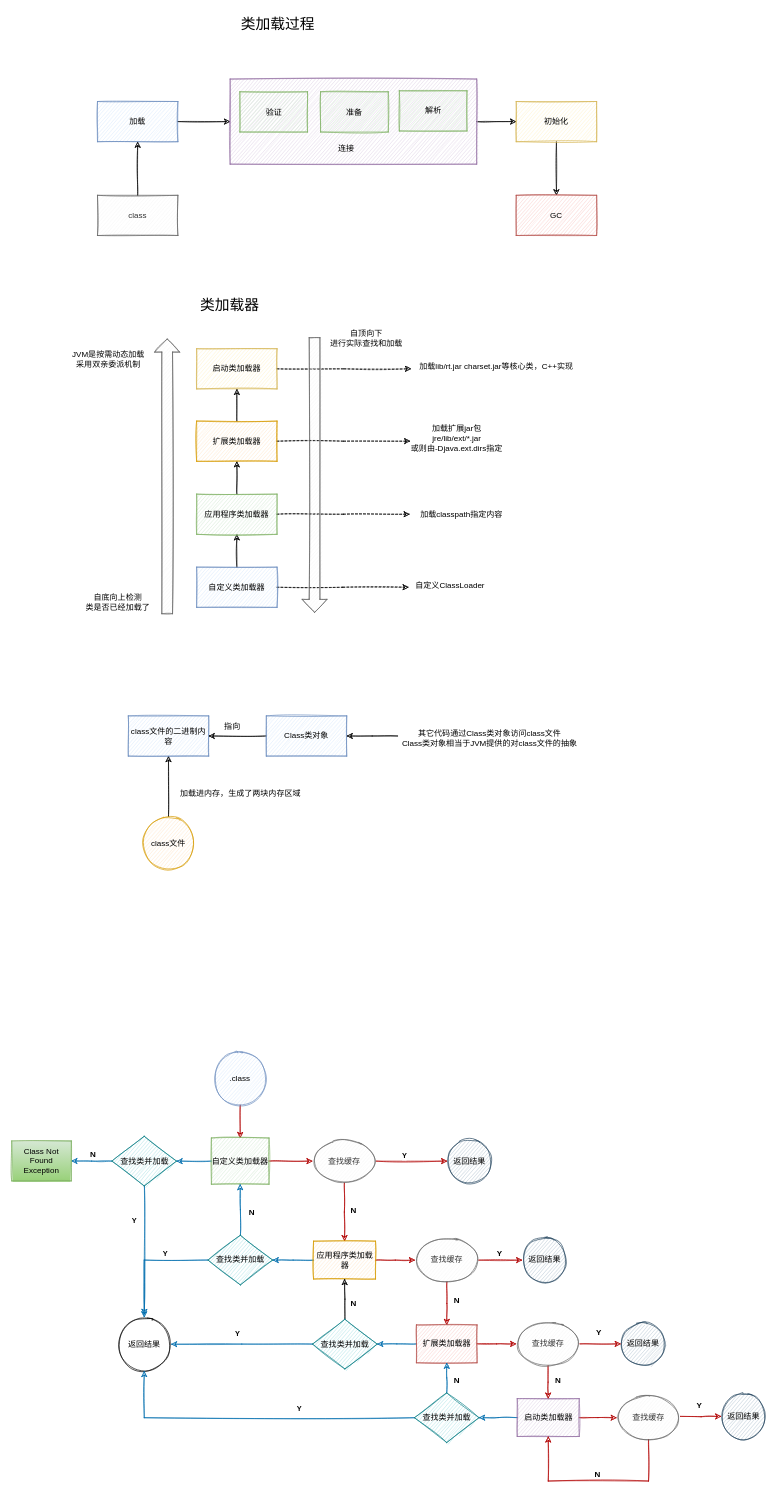
The draw.io diagram page "类加载过程" (1 of 5) of 后端/基础/Java虚拟机/02、详解Class加载过程.drawio in huoranger/draw-notes, before the edit. Source tidied: cells renumbered, new cells numbered last; positions are measured from the earlier drawing's top-left corner, leaving out a move shared by most shapes. Both pictures are drawn from the tidied source at 67%, with x=0, y=0 at pixel (11, 11).
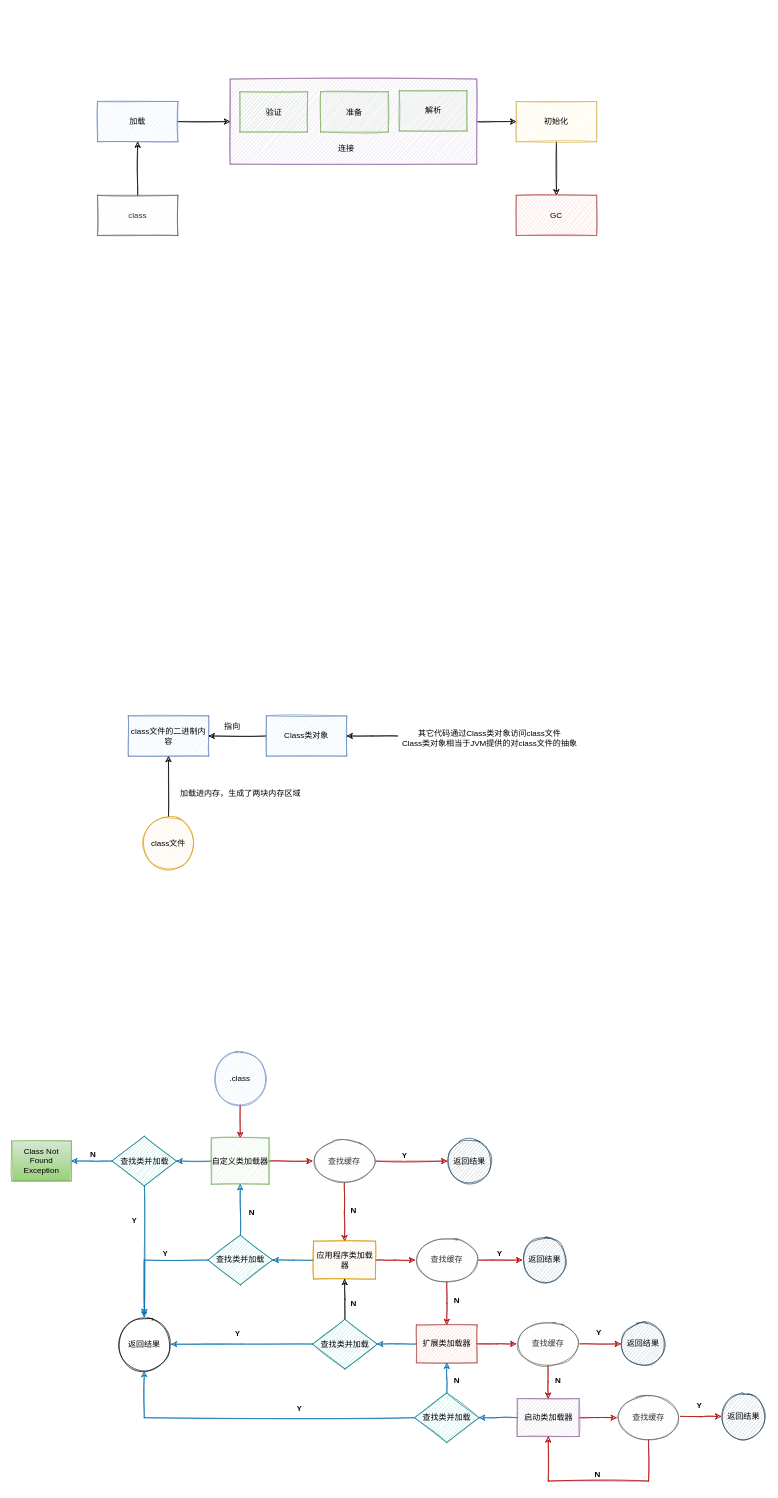
Above is the later version.

Change to the diagram source:
```diff
@@
-    <mxCell id="15" style="edgeStyle=orthogonalEdgeStyle;rounded=0;sketch=1;jettySize=auto;html=1;fontFamily=Ubuntu, Misans;" parent="1" edge="1" source="17" target="21">
-      <mxGeometry relative="1" as="geometry" />
-    </mxCell>
-    <mxCell id="16" style="edgeStyle=orthogonalEdgeStyle;rounded=0;sketch=1;jettySize=auto;html=1;dashed=1;startArrow=none;startFill=0;endArrow=classic;endFill=1;fontFamily=Ubuntu, Misans;" parent="1" edge="1" source="17">
-      <mxGeometry relative="1" as="geometry">
-        <mxPoint x="592.4" y="859" as="targetPoint" />
-      </mxGeometry>
-    </mxCell>
-    <mxCell id="17" value="自定义类加载器" style="rounded=0;whiteSpace=wrap;html=1;shadow=0;sketch=1;fontFamily=Ubuntu, Misans;fillColor=#dae8fc;strokeColor=#6c8ebf;" parent="1" vertex="1">
-      <mxGeometry x="276" y="829" width="120" height="60" as="geometry" />
-    </mxCell>
-    <mxCell id="18" value="&lt;font style=&quot;font-size: 22px&quot;&gt;类加载器&lt;/font&gt;" style="text;html=1;align=center;verticalAlign=middle;fontFamily=Ubuntu, Misans;rounded=0;sketch=1;" parent="1" vertex="1">
-      <mxGeometry x="272" y="420" width="106" height="38" as="geometry" />
-    </mxCell>
-    <mxCell id="19" style="edgeStyle=orthogonalEdgeStyle;rounded=0;sketch=1;jettySize=auto;html=1;fontFamily=Ubuntu, Misans;" parent="1" edge="1" source="21" target="24">
-      <mxGeometry relative="1" as="geometry" />
-    </mxCell>
-    <mxCell id="20" style="edgeStyle=orthogonalEdgeStyle;rounded=0;sketch=1;jettySize=auto;html=1;dashed=1;startArrow=none;startFill=0;endArrow=classic;endFill=1;fontFamily=Ubuntu, Misans;" parent="1" edge="1" source="21">
-      <mxGeometry relative="1" as="geometry">
-        <mxPoint x="594" y="750" as="targetPoint" />
-      </mxGeometry>
-    </mxCell>
-    <mxCell id="21" value="应用程序类加载器" style="whiteSpace=wrap;html=1;rounded=0;shadow=0;fontFamily=Ubuntu, Misans;sketch=1;fillColor=#d5e8d4;strokeColor=#82b366;" parent="1" vertex="1">
-      <mxGeometry x="276" y="720" width="120" height="60" as="geometry" />
-    </mxCell>
-    <mxCell id="22" style="edgeStyle=orthogonalEdgeStyle;rounded=0;sketch=1;jettySize=auto;html=1;fontFamily=Ubuntu, Misans;" parent="1" edge="1" source="24" target="26">
-      <mxGeometry relative="1" as="geometry" />
-    </mxCell>
-    <mxCell id="23" style="edgeStyle=orthogonalEdgeStyle;rounded=0;sketch=1;jettySize=auto;html=1;dashed=1;startArrow=none;startFill=0;endArrow=classic;endFill=1;fontFamily=Ubuntu, Misans;" parent="1" edge="1" source="24">
-      <mxGeometry relative="1" as="geometry">
-        <mxPoint x="594.8" y="641" as="targetPoint" />
-      </mxGeometry>
-    </mxCell>
-    <mxCell id="24" value="扩展类加载器" style="whiteSpace=wrap;html=1;rounded=0;shadow=0;fontFamily=Ubuntu, Misans;sketch=1;fillColor=#ffe6cc;strokeColor=#d79b00;" parent="1" vertex="1">
-      <mxGeometry x="276" y="611" width="120" height="60" as="geometry" />
-    </mxCell>
-    <mxCell id="25" style="edgeStyle=orthogonalEdgeStyle;rounded=0;sketch=1;jettySize=auto;html=1;startArrow=none;startFill=0;endArrow=classic;endFill=1;fontFamily=Ubuntu, Misans;dashed=1;" parent="1" edge="1" source="26">
-      <mxGeometry relative="1" as="geometry">
-        <mxPoint x="596" y="533" as="targetPoint" />
-      </mxGeometry>
-    </mxCell>
-    <mxCell id="26" value="启动类加载器" style="whiteSpace=wrap;html=1;rounded=0;shadow=0;fontFamily=Ubuntu, Misans;sketch=1;fillColor=#fff2cc;strokeColor=#d6b656;" parent="1" vertex="1">
-      <mxGeometry x="276" y="503" width="120" height="60" as="geometry" />
-    </mxCell>
-    <mxCell id="27" style="shape=flexArrow;endArrow=classic;html=1;fontFamily=Ubuntu, Misans;width=16;endSize=6.17;fillColor=#f5f5f5;strokeColor=#666666;rounded=0;sketch=1;" parent="1" edge="1">
-      <mxGeometry relative="1" as="geometry">
-        <mxPoint x="232" y="899" as="sourcePoint" />
-        <mxPoint x="232" y="488" as="targetPoint" />
-      </mxGeometry>
-    </mxCell>
@@
-    <mxCell id="37" value="自底向上检测&lt;br&gt;类是否已经加载了" style="text;html=1;align=center;verticalAlign=middle;fontFamily=Ubuntu, Misans;rounded=0;sketch=1;" parent="1" vertex="1">
-      <mxGeometry x="101" y="861" width="114" height="41" as="geometry" />
-    </mxCell>
-    <mxCell id="38" value="JVM是按需动态加载&lt;br&gt;采用双亲委派机制" style="text;html=1;align=center;verticalAlign=middle;fontFamily=Ubuntu, Misans;rounded=0;sketch=1;" parent="1" vertex="1">
-      <mxGeometry x="81" y="498" width="126" height="41" as="geometry" />
-    </mxCell>
-    <mxCell id="39" style="shape=flexArrow;endArrow=classic;html=1;fontFamily=Ubuntu, Misans;width=16;endSize=6.17;fillColor=#f5f5f5;strokeColor=#666666;rounded=0;sketch=1;" parent="1" edge="1">
-      <mxGeometry relative="1" as="geometry">
-        <mxPoint x="452" y="486" as="sourcePoint" />
-        <mxPoint x="452" y="897" as="targetPoint" />
-      </mxGeometry>
-    </mxCell>
-    <mxCell id="40" value="自顶向下&lt;br&gt;进行实际查找和加载" style="text;html=1;align=center;verticalAlign=middle;fontFamily=Ubuntu, Misans;rounded=0;sketch=1;" parent="1" vertex="1">
-      <mxGeometry x="466" y="467" width="126" height="41" as="geometry" />
-    </mxCell>
-    <mxCell id="41" value="加载lib/rt.jar charset.jar等核心类，C++实现" style="text;html=1;align=center;verticalAlign=middle;fontFamily=Ubuntu, Misans;rounded=0;sketch=1;" parent="1" vertex="1">
-      <mxGeometry x="597" y="517" width="251" height="26" as="geometry" />
-    </mxCell>
-    <mxCell id="42" value="加载扩展jar包&lt;br&gt;jre/lib/ext/*.jar&lt;br&gt;或则由-Djava.ext.dirs指定" style="text;html=1;align=center;verticalAlign=middle;fontFamily=Ubuntu, Misans;rounded=0;sketch=1;" parent="1" vertex="1">
-      <mxGeometry x="586" y="609" width="155" height="55" as="geometry" />
-    </mxCell>
-    <mxCell id="43" value="加载classpath指定内容" style="text;html=1;align=center;verticalAlign=middle;fontFamily=Ubuntu, Misans;rounded=0;sketch=1;" parent="1" vertex="1">
-      <mxGeometry x="600" y="737" width="141" height="26" as="geometry" />
-    </mxCell>
-    <mxCell id="44" value="自定义ClassLoader" style="text;html=1;align=center;verticalAlign=middle;fontFamily=Ubuntu, Misans;rounded=0;sketch=1;" parent="1" vertex="1">
-      <mxGeometry x="594" y="844" width="120" height="26" as="geometry" />
-    </mxCell>
-    <mxCell id="45" value="&lt;font style=&quot;font-size: 22px&quot;&gt;类加载过程&lt;/font&gt;" style="text;html=1;align=center;verticalAlign=middle;fontFamily=Ubuntu, Misans;rounded=0;sketch=1;" parent="1" vertex="1">
-      <mxGeometry x="333" width="128" height="38" as="geometry" />
-    </mxCell>
```
